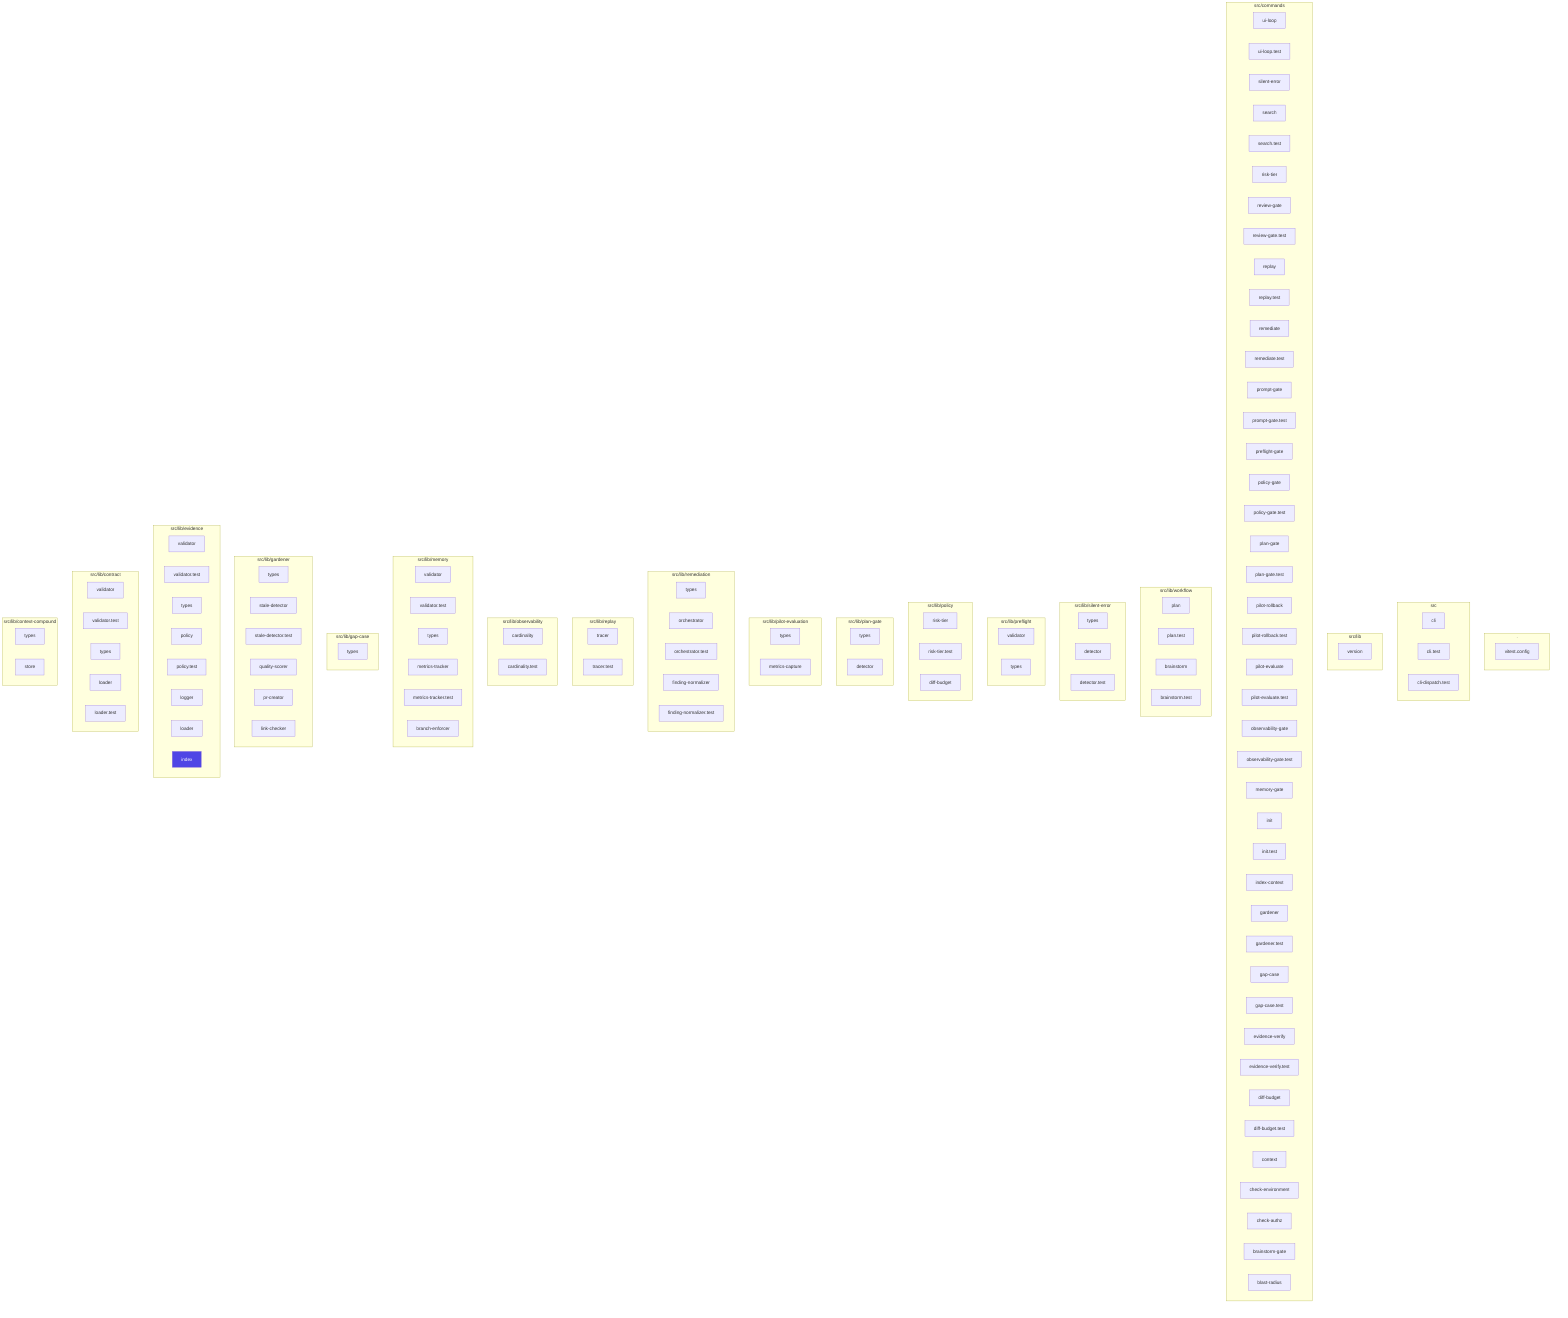
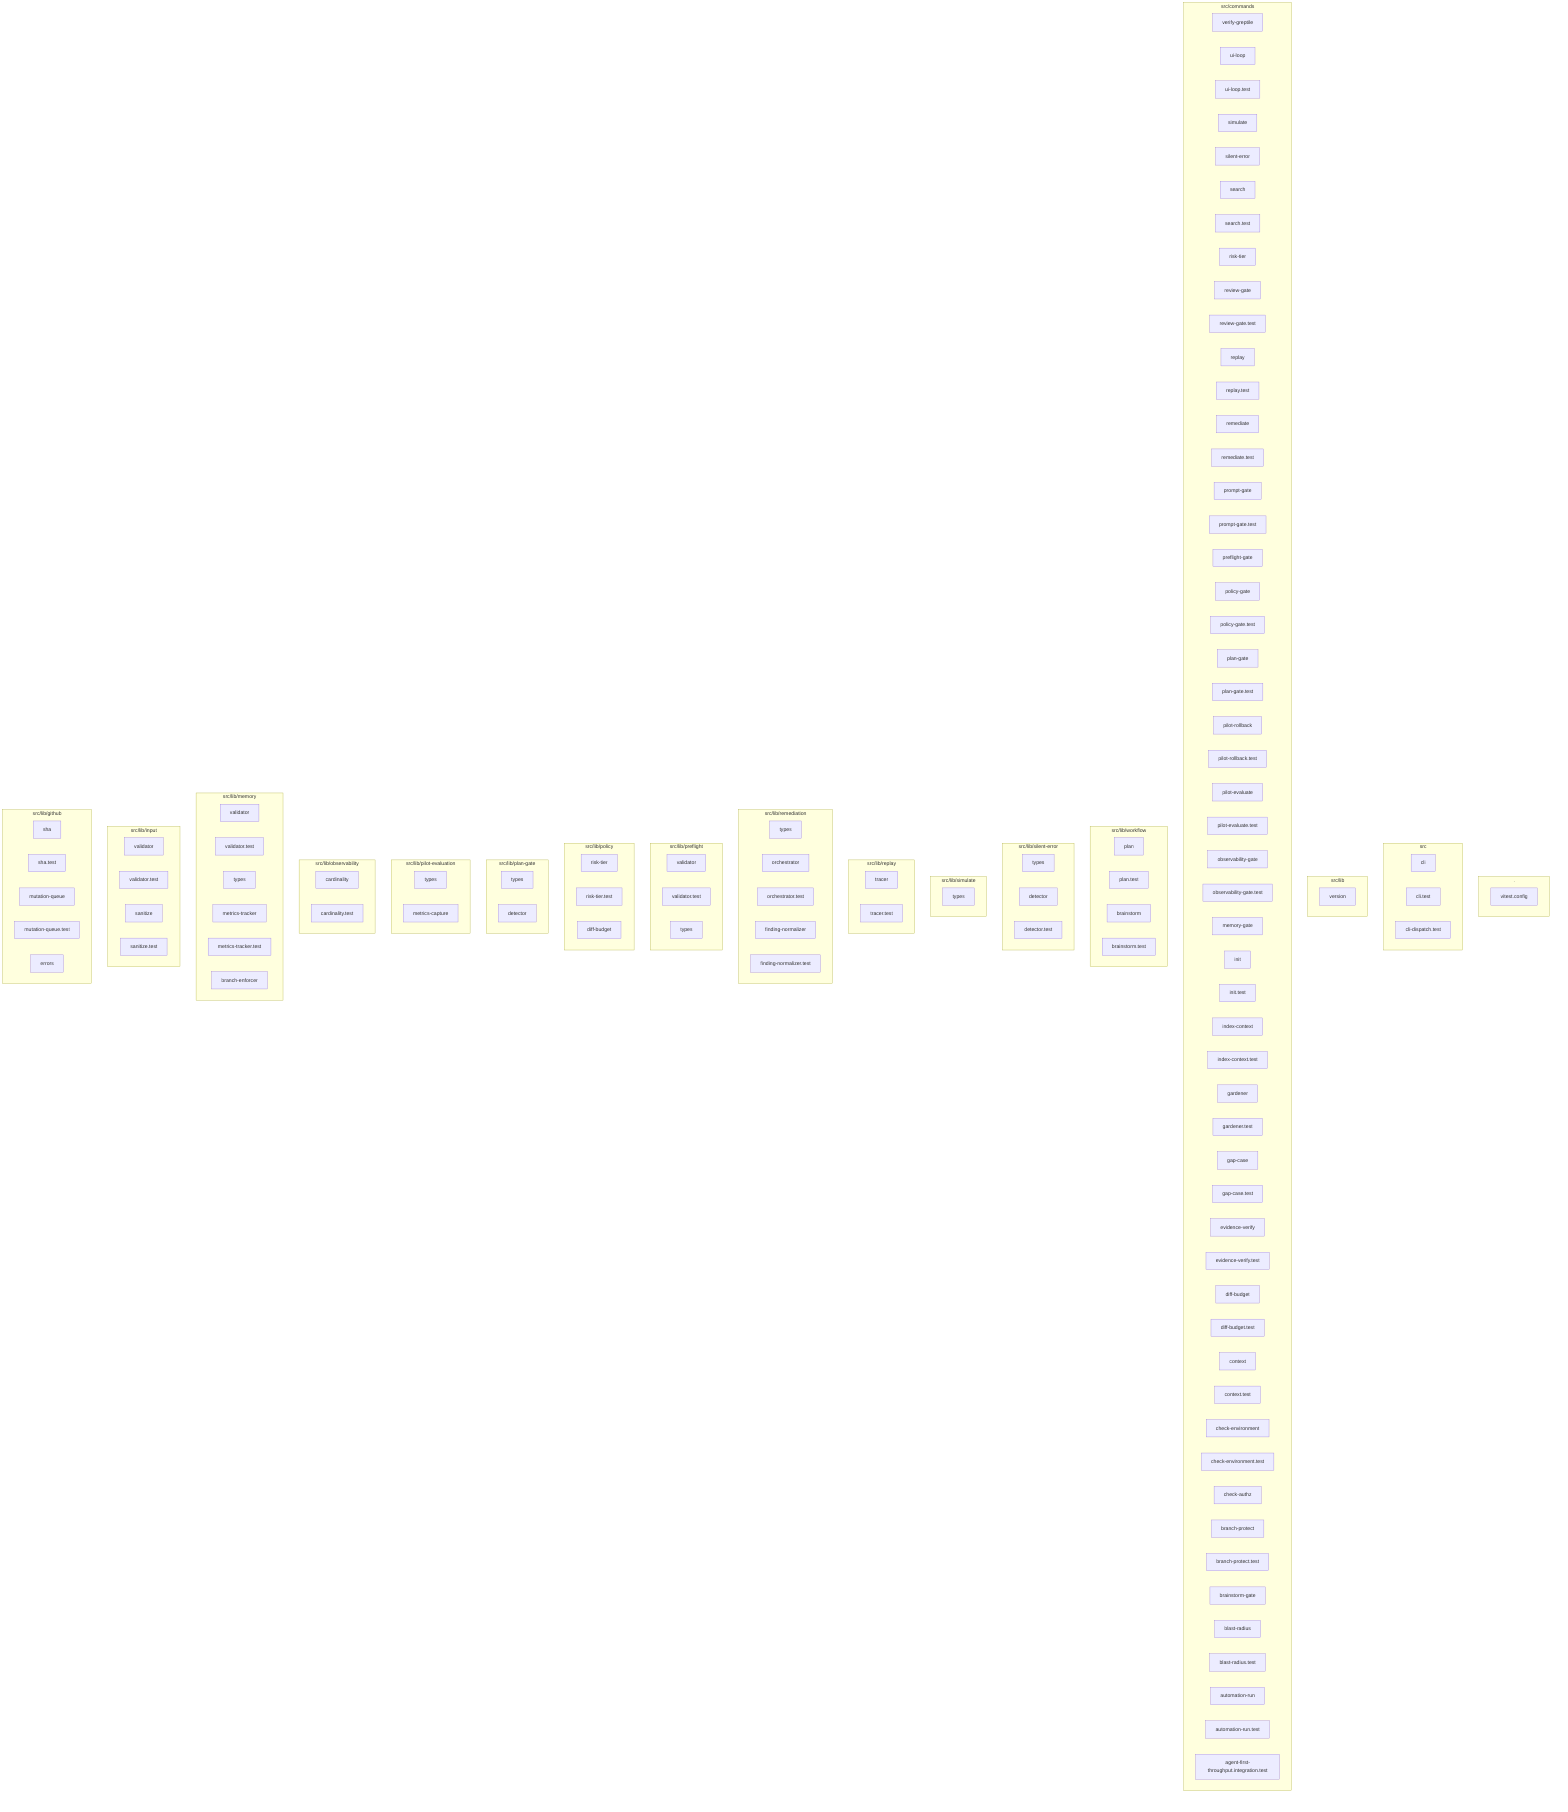
graph TD
  subgraph __cdb4ee2a["."]
    vitest_config_a9f1245e["vitest.config"]
  end
  subgraph src_25a66342["src"]
    cli_99bb8840["cli"]
    cli_test_4851f28b["cli.test"]
    cli_dispatch_test_54c9f17b["cli-dispatch.test"]
  end
  subgraph src_lib_91be6cfb["src/lib"]
    version_5ca4f385["version"]
  end
  subgraph src_commands_f0f9cc2d["src/commands"]
+     verify_greptile_227190f7["verify-greptile"]
    ui_loop_11660889["ui-loop"]
    ui_loop_test_f0eabc42["ui-loop.test"]
+     simulate_b9efe395["simulate"]
    silent_error_64e8c933["silent-error"]
    search_24193290["search"]
    search_test_0c66bc11["search.test"]
    risk_tier_807f33f9["risk-tier"]
    review_gate_09b579c4["review-gate"]
    review_gate_test_000e2ed6["review-gate.test"]
    replay_ac203c98["replay"]
    replay_test_935f7436["replay.test"]
    remediate_06b9c7fc["remediate"]
    remediate_test_6f59cafe["remediate.test"]
    prompt_gate_c5e9d207["prompt-gate"]
    prompt_gate_test_1a442b27["prompt-gate.test"]
    preflight_gate_c543e5ba["preflight-gate"]
    policy_gate_213f7313["policy-gate"]
    policy_gate_test_203a5261["policy-gate.test"]
    plan_gate_c2cf5008["plan-gate"]
    plan_gate_test_0c0192e6["plan-gate.test"]
    pilot_rollback_00c1f82c["pilot-rollback"]
    pilot_rollback_test_e61d5a2b["pilot-rollback.test"]
    pilot_evaluate_2045b1a1["pilot-evaluate"]
    pilot_evaluate_test_a2ac06fc["pilot-evaluate.test"]
    observability_gate_455f1f2f["observability-gate"]
    observability_gate_test_ca2979e0["observability-gate.test"]
    memory_gate_a577a506["memory-gate"]
    init_bb54068a["init"]
    init_test_cbba76a6["init.test"]
    index_context_de3ed39d["index-context"]
+     index_context_test_1949ea6f["index-context.test"]
    gardener_9416a9df["gardener"]
    gardener_test_98f0b9a5["gardener.test"]
    gap_case_82e69111["gap-case"]
    gap_case_test_e32159fb["gap-case.test"]
    evidence_verify_3b73c290["evidence-verify"]
    evidence_verify_test_7373101d["evidence-verify.test"]
    diff_budget_9da0268d["diff-budget"]
    diff_budget_test_c0b72453["diff-budget.test"]
    context_ea7792a2["context"]
+     context_test_57aad306["context.test"]
    check_environment_fe68d4be["check-environment"]
+     check_environment_test_5fa29c35["check-environment.test"]
    check_authz_fee242b1["check-authz"]
+     branch_protect_b9d345eb["branch-protect"]
+     branch_protect_test_c8d80aab["branch-protect.test"]
    brainstorm_gate_1789ba44["brainstorm-gate"]
    blast_radius_f776a633["blast-radius"]
+     blast_radius_test_045450fc["blast-radius.test"]
+     automation_run_22331800["automation-run"]
+     automation_run_test_7b21d905["automation-run.test"]
+     agent_first_throughput_integration_test_dc677cc4["agent-first-throughput.integration.test"]
  end
  subgraph src_lib_workflow_7d547930["src/lib/workflow"]
    plan_64879f7d["plan"]
    plan_test_e7c3b920["plan.test"]
    brainstorm_e2e2381d["brainstorm"]
    brainstorm_test_78cf7a1e["brainstorm.test"]
  end
  subgraph src_lib_silent_error_26e972c0["src/lib/silent-error"]
    types_8d846022["types"]
    detector_f2b3cbe4["detector"]
    detector_test_d10b3555["detector.test"]
  end
+   subgraph src_lib_simulate_87a8be80["src/lib/simulate"]
+     types_1_4ecdf56e["types"]
+   end
+   subgraph src_lib_replay_9cdd6ac4["src/lib/replay"]
+     tracer_1e6243a2["tracer"]
+     tracer_test_cb965d81["tracer.test"]
+   end
+   subgraph src_lib_remediation_66ee2139["src/lib/remediation"]
+     types_2_d9bc6e7a["types"]
+     orchestrator_11376b7e["orchestrator"]
+     orchestrator_test_18d2fe26["orchestrator.test"]
+     finding_normalizer_13f1559c["finding-normalizer"]
+     finding_normalizer_test_d4639bd8["finding-normalizer.test"]
+   end
  subgraph src_lib_preflight_d75938f9["src/lib/preflight"]
    validator_f82af321["validator"]
-     types_1_4ecdf56e["types"]
+     validator_test_b4b482f8["validator.test"]
+     types_3_9675d69b["types"]
  end
  subgraph src_lib_policy_f3a0824d["src/lib/policy"]
    risk_tier_1_96b6ff91["risk-tier"]
    risk_tier_test_ae056367["risk-tier.test"]
    diff_budget_1_9f85eb1c["diff-budget"]
  end
  subgraph src_lib_plan_gate_b742698a["src/lib/plan-gate"]
-     types_2_d9bc6e7a["types"]
+     types_4_822d0f88["types"]
    detector_1_b37d288b["detector"]
  end
  subgraph src_lib_pilot_evaluation_f6cc358e["src/lib/pilot-evaluation"]
-     types_3_9675d69b["types"]
+     types_5_f869ec4b["types"]
    metrics_capture_1d1a2c08["metrics-capture"]
-   end
-   subgraph src_lib_remediation_66ee2139["src/lib/remediation"]
-     types_4_822d0f88["types"]
-     orchestrator_11376b7e["orchestrator"]
-     orchestrator_test_18d2fe26["orchestrator.test"]
-     finding_normalizer_13f1559c["finding-normalizer"]
-     finding_normalizer_test_d4639bd8["finding-normalizer.test"]
-   end
-   subgraph src_lib_replay_9cdd6ac4["src/lib/replay"]
-     tracer_1e6243a2["tracer"]
-     tracer_test_cb965d81["tracer.test"]
  end
  subgraph src_lib_observability_ecdc7d70["src/lib/observability"]
    cardinality_ebef8aff["cardinality"]
    cardinality_test_c00e7edb["cardinality.test"]
  end
  subgraph src_lib_memory_273eb2dc["src/lib/memory"]
    validator_1_0c0621d8["validator"]
-     validator_test_b4b482f8["validator.test"]
-     types_5_f869ec4b["types"]
+     validator_test_1_c5015ca0["validator.test"]
+     types_6_1818fb91["types"]
    metrics_tracker_98cec29c["metrics-tracker"]
    metrics_tracker_test_3de156fa["metrics-tracker.test"]
    branch_enforcer_acb749cd["branch-enforcer"]
  end
-   subgraph src_lib_gap_case_7bad4dc6["src/lib/gap-case"]
-     types_6_1818fb91["types"]
+   subgraph src_lib_input_456cc971["src/lib/input"]
+     validator_2_744853f5["validator"]
+     validator_test_2_8dbecf99["validator.test"]
+     sanitize_af6a3bb0["sanitize"]
+     sanitize_test_f3d34916["sanitize.test"]
  end
-   subgraph src_lib_gardener_b4230e43["src/lib/gardener"]
-     types_7_2f1ed65e["types"]
-     stale_detector_a563289e["stale-detector"]
-     stale_detector_test_7dc85478["stale-detector.test"]
-     quality_scorer_362f2a90["quality-scorer"]
-     pr_creator_dc6b1ea4["pr-creator"]
-     link_checker_d0fa555f["link-checker"]
-   end
-   subgraph src_lib_evidence_90f7ab75["src/lib/evidence"]
-     validator_2_744853f5["validator"]
-     validator_test_1_c5015ca0["validator.test"]
-     types_8_f6283648["types"]
-     policy_823412d1["policy"]
-     policy_test_2c06901d["policy.test"]
-     logger_2686af9f["logger"]
-     loader_d47712cc["loader"]
-     index_1bc04b52["index"]
-   end
-   subgraph src_lib_contract_49c85030["src/lib/contract"]
-     validator_3_28b6e9f3["validator"]
-     validator_test_2_8dbecf99["validator.test"]
-     types_9_1db4641f["types"]
-     loader_1_16749818["loader"]
-     loader_test_03424671["loader.test"]
-   end
-   subgraph src_lib_context_compound_efbf003d["src/lib/context-compound"]
-     types_10_75e5a4a0["types"]
-     store_824d80d7["store"]
-   end
-   style index_1bc04b52 fill:#4f46e5,color:#fff+   subgraph src_lib_github_bad33b49["src/lib/github"]
+     sha_d600474b["sha"]
+     sha_test_5a5924fc["sha.test"]
+     mutation_queue_ce5a530e["mutation-queue"]
+     mutation_queue_test_10b599e8["mutation-queue.test"]
+     errors_be4bd567["errors"]
+   end